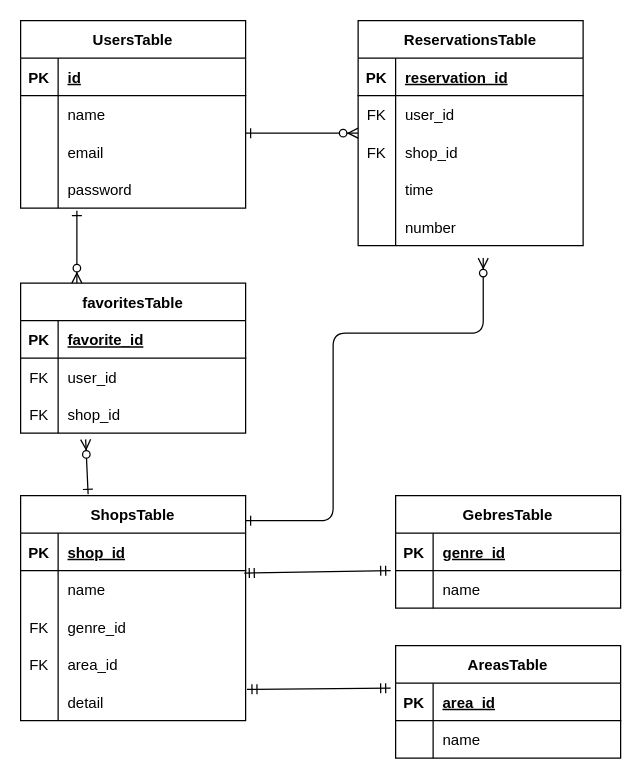
Above: ER.dio in piroshi1989/Rese (draw.io), before the change. Source tidied: cells renumbered, new cells numbered last; positions are measured from the earlier drawing's top-left corner, leaving out a move shared by most shapes. Both pictures are drawn from the tidied source at 125%, with x=0, y=0 at pixel (20, 20).
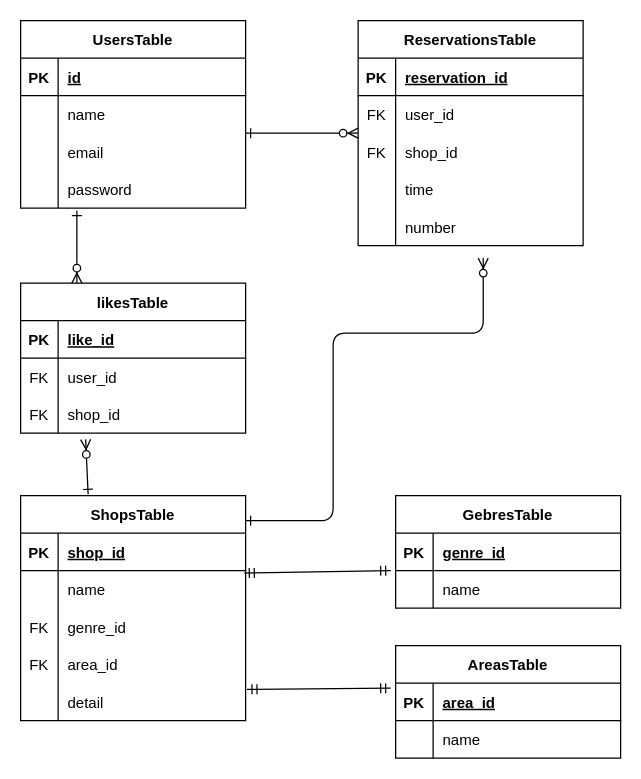
The same page after the edit.

The change refers to these unchanged cells:
```xml
<mxCell id="67" style="shape=tableRow;horizontal=0;startSize=0;swimlaneHead=0;swimlaneBody=0;fillColor=none;top=0;left=0;right=0;bottom=1;" parent="66" vertex="1">
  <mxGeometry y="30" width="180" height="30" as="geometry" />
</mxCell>
```

What changed in the source:
```diff
@@
-    <mxCell id="66" value="favoritesTable" style="shape=table;startSize=30;childLayout=tableLayout;rowLines=0;fontStyle=1;align=center;" parent="1" vertex="1">
+    <mxCell id="66" value="likesTable" style="shape=table;startSize=30;childLayout=tableLayout;rowLines=0;fontStyle=1;align=center;" parent="1" vertex="1">
       <mxGeometry y="210" width="180" height="120" as="geometry" />
     </mxCell>
@@
-    <mxCell id="69" value="favorite_id" style="shape=partialRectangle;fillColor=none;top=0;left=0;bottom=0;right=0;align=left;spacingLeft=6;fontStyle=5;overflow=hidden;" parent="67" vertex="1">
+    <mxCell id="69" value="like_id" style="shape=partialRectangle;fillColor=none;top=0;left=0;bottom=0;right=0;align=left;spacingLeft=6;fontStyle=5;overflow=hidden;" parent="67" vertex="1">
       <mxGeometry x="30" width="150" height="30" as="geometry" />
     </mxCell>
```
